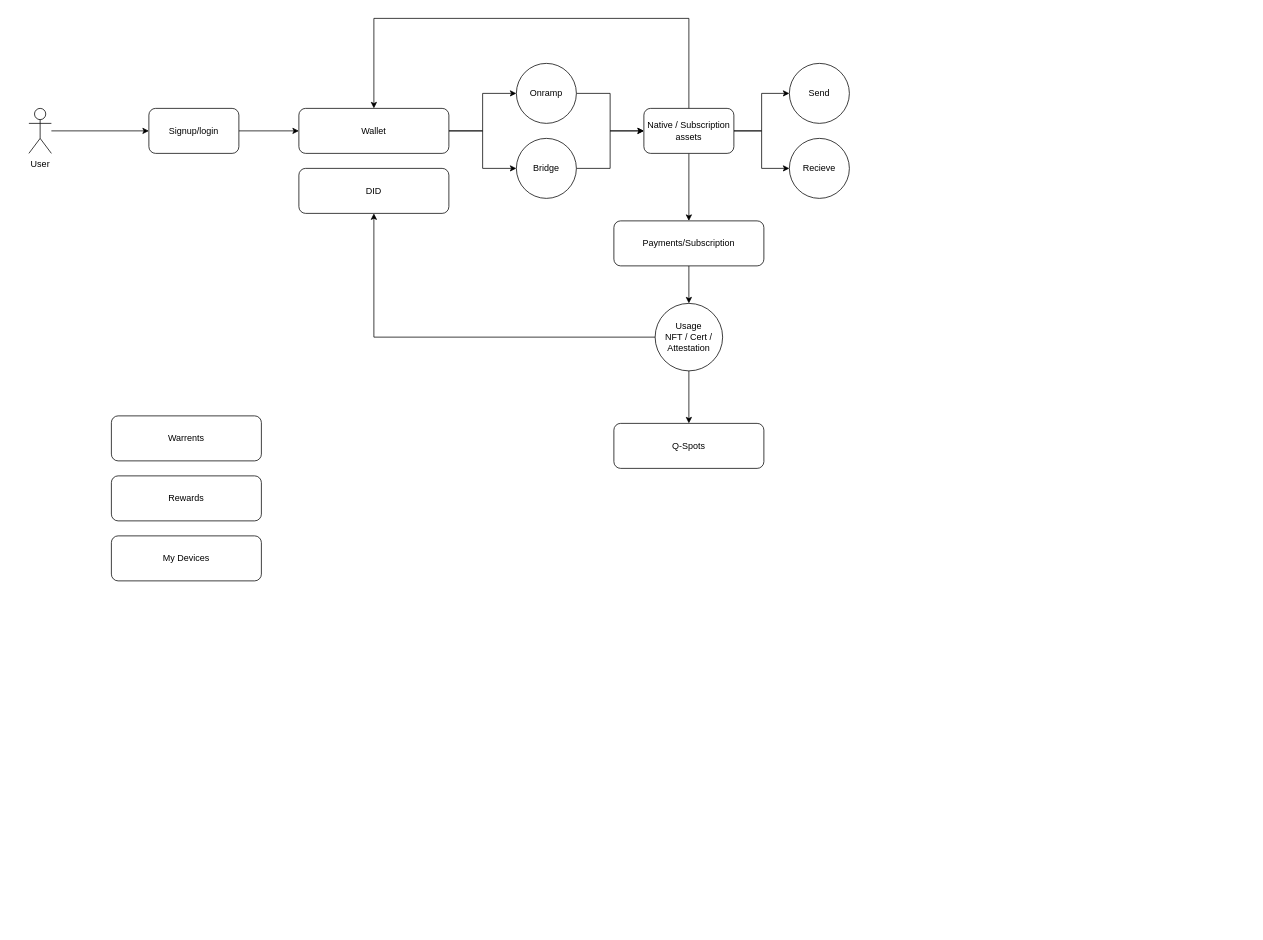
ali-05-ahmed/Concept-Diagrams keeps this draw.io diagram as Quantinium-user-journey.drawio. Above is the earlier version. Source tidied: cells renumbered, new cells numbered last; positions are measured from the earlier drawing's top-left corner, leaving out a move shared by most shapes. Both pictures are drawn from the tidied source at 75%, with x=0, y=0 at pixel (28, 18).
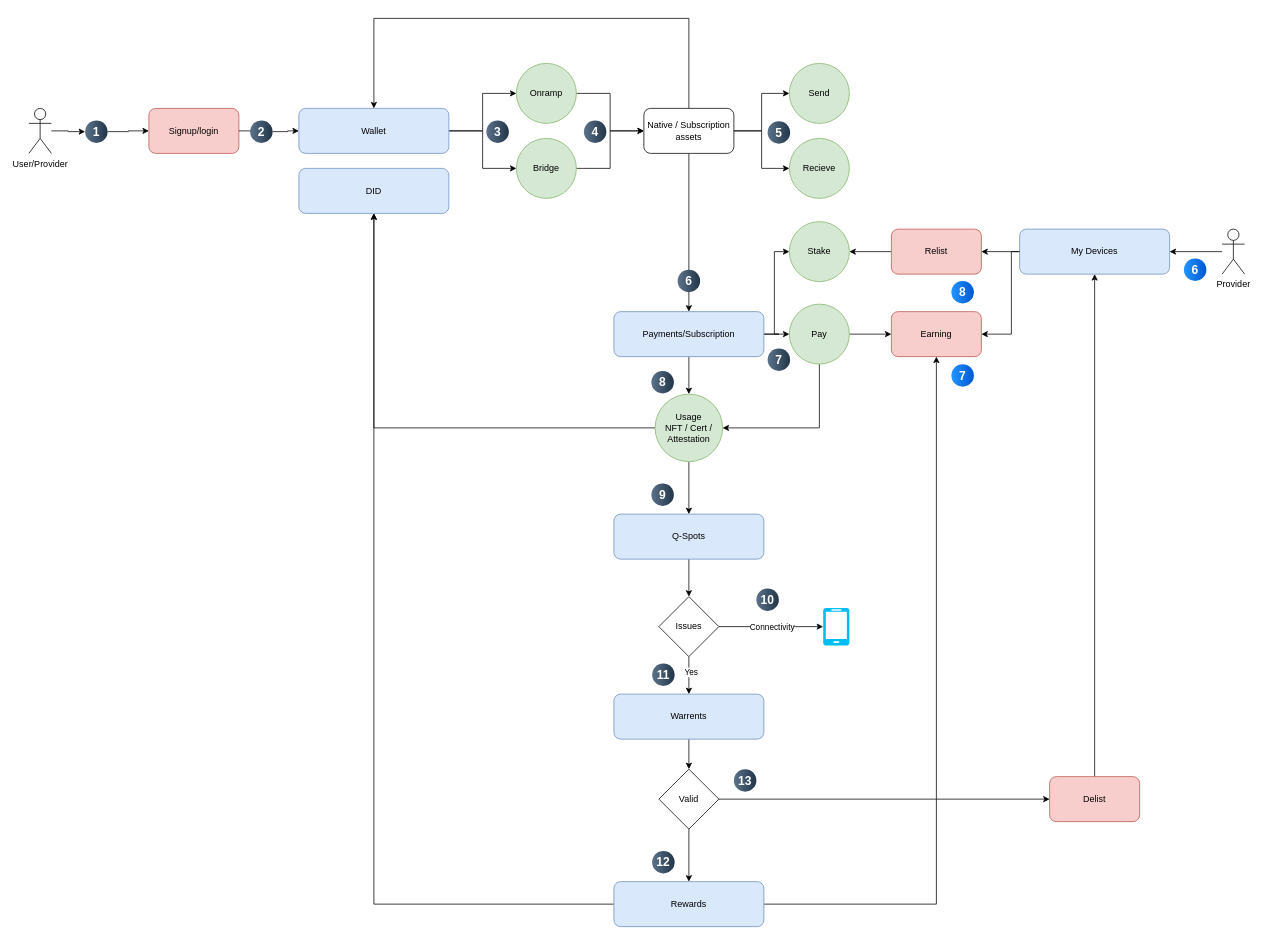
The same page after the edit.

Diff of the diagram source:
```diff
@@
-    <mxCell id="2" style="edgeStyle=orthogonalEdgeStyle;rounded=0;jettySize=auto;html=1;" parent="1" edge="1" source="3" target="5">
+    <mxCell id="2" style="edgeStyle=orthogonalEdgeStyle;rounded=0;jettySize=auto;html=1;" parent="1" edge="1" source="59" target="5">
       <mxGeometry relative="1" as="geometry" />
     </mxCell>
-    <mxCell id="3" value="User" style="shape=umlActor;verticalLabelPosition=bottom;verticalAlign=top;html=1;outlineConnect=0;" parent="1" vertex="1">
+    <mxCell id="3" value="User/Provider" style="shape=umlActor;verticalLabelPosition=bottom;verticalAlign=top;html=1;outlineConnect=0;" parent="1" vertex="1">
       <mxGeometry y="120" width="30" height="60" as="geometry" />
     </mxCell>
-    <mxCell id="4" style="edgeStyle=orthogonalEdgeStyle;rounded=0;jettySize=auto;html=1;" parent="1" edge="1" source="5" target="8">
+    <mxCell id="4" style="edgeStyle=orthogonalEdgeStyle;rounded=0;jettySize=auto;html=1;" parent="1" edge="1" source="61" target="8">
       <mxGeometry relative="1" as="geometry" />
     </mxCell>
-    <mxCell id="5" value="Signup/login" style="rounded=1;whiteSpace=wrap;html=1;" parent="1" vertex="1">
+    <mxCell id="5" value="Signup/login" style="rounded=1;whiteSpace=wrap;html=1;fillColor=#f8cecc;strokeColor=#b85450;" parent="1" vertex="1">
       <mxGeometry x="160" y="120" width="120" height="60" as="geometry" />
     </mxCell>
@@
-    <mxCell id="8" value="Wallet" style="rounded=1;whiteSpace=wrap;html=1;" parent="1" vertex="1">
+    <mxCell id="8" value="Wallet" style="rounded=1;whiteSpace=wrap;html=1;fillColor=#dae8fc;strokeColor=#6c8ebf;" parent="1" vertex="1">
       <mxGeometry x="360" y="120" width="200" height="60" as="geometry" />
     </mxCell>
@@
+    <mxCell id="30" style="edgeStyle=orthogonalEdgeStyle;rounded=0;jettySize=auto;html=1;" parent="1" edge="1" source="10" target="40">
+      <mxGeometry relative="1" as="geometry" />
+    </mxCell>
+    <mxCell id="31" style="edgeStyle=orthogonalEdgeStyle;rounded=0;jettySize=auto;html=1;entryX=0;entryY=0.5;entryDx=0;entryDy=0;" parent="1" edge="1" source="10" target="50">
+      <mxGeometry relative="1" as="geometry">
+        <Array as="points">
+          <mxPoint x="994" y="421" />
+          <mxPoint x="994" y="311" />
+        </Array>
+      </mxGeometry>
+    </mxCell>
-    <mxCell id="10" value="Payments/Subscription" style="rounded=1;whiteSpace=wrap;html=1;" parent="1" vertex="1">
-      <mxGeometry x="780" y="270" width="200" height="60" as="geometry" />
+    <mxCell id="10" value="Payments/Subscription" style="rounded=1;whiteSpace=wrap;html=1;fillColor=#dae8fc;strokeColor=#6c8ebf;" parent="1" vertex="1">
+      <mxGeometry x="780" y="391" width="200" height="60" as="geometry" />
     </mxCell>
+    <mxCell id="32" style="edgeStyle=orthogonalEdgeStyle;rounded=0;jettySize=auto;html=1;" parent="1" edge="1" source="11" target="49">
+      <mxGeometry relative="1" as="geometry" />
+    </mxCell>
-    <mxCell id="11" value="Warrents" style="rounded=1;whiteSpace=wrap;html=1;" parent="1" vertex="1">
-      <mxGeometry x="110" y="530" width="200" height="60" as="geometry" />
+    <mxCell id="11" value="Warrents" style="rounded=1;whiteSpace=wrap;html=1;fillColor=#dae8fc;strokeColor=#6c8ebf;" parent="1" vertex="1">
+      <mxGeometry x="780" y="901" width="200" height="60" as="geometry" />
     </mxCell>
+    <mxCell id="33" style="edgeStyle=orthogonalEdgeStyle;rounded=0;jettySize=auto;html=1;entryX=0.5;entryY=1;entryDx=0;entryDy=0;" parent="1" edge="1" source="12" target="29">
+      <mxGeometry relative="1" as="geometry" />
+    </mxCell>
+    <mxCell id="34" style="edgeStyle=orthogonalEdgeStyle;rounded=0;jettySize=auto;html=1;" parent="1" edge="1" source="12" target="57">
+      <mxGeometry relative="1" as="geometry" />
+    </mxCell>
-    <mxCell id="12" value="Rewards" style="rounded=1;whiteSpace=wrap;html=1;" parent="1" vertex="1">
-      <mxGeometry x="110" y="610" width="200" height="60" as="geometry" />
+    <mxCell id="12" value="Rewards" style="rounded=1;whiteSpace=wrap;html=1;fillColor=#dae8fc;strokeColor=#6c8ebf;" parent="1" vertex="1">
+      <mxGeometry x="780" y="1151" width="200" height="60" as="geometry" />
     </mxCell>
+    <mxCell id="35" style="edgeStyle=orthogonalEdgeStyle;rounded=0;jettySize=auto;html=1;entryX=1;entryY=0.5;entryDx=0;entryDy=0;" parent="1" edge="1" source="56" target="50">
+      <mxGeometry relative="1" as="geometry" />
+    </mxCell>
+    <mxCell id="36" style="edgeStyle=orthogonalEdgeStyle;rounded=0;jettySize=auto;html=1;entryX=1;entryY=0.5;entryDx=0;entryDy=0;" parent="1" edge="1" source="13" target="57">
+      <mxGeometry relative="1" as="geometry">
+        <Array as="points">
+          <mxPoint x="1310" y="311" />
+          <mxPoint x="1310" y="421" />
+        </Array>
+      </mxGeometry>
+    </mxCell>
-    <mxCell id="13" value="My Devices" style="rounded=1;whiteSpace=wrap;html=1;" parent="1" vertex="1">
-      <mxGeometry x="110" y="690" width="200" height="60" as="geometry" />
+    <mxCell id="13" value="My Devices" style="rounded=1;whiteSpace=wrap;html=1;fillColor=#dae8fc;strokeColor=#6c8ebf;" parent="1" vertex="1">
+      <mxGeometry x="1321" y="281" width="200" height="60" as="geometry" />
     </mxCell>
@@
-    <mxCell id="15" value="Onramp" style="ellipse;whiteSpace=wrap;html=1;" parent="1" vertex="1">
+    <mxCell id="15" value="Onramp" style="ellipse;whiteSpace=wrap;html=1;fillColor=#d5e8d4;strokeColor=#82b366;" parent="1" vertex="1">
       <mxGeometry x="650" y="60" width="80" height="80" as="geometry" />
     </mxCell>
@@
-    <mxCell id="17" value="Bridge" style="ellipse;whiteSpace=wrap;html=1;" parent="1" vertex="1">
+    <mxCell id="17" value="Bridge" style="ellipse;whiteSpace=wrap;html=1;fillColor=#d5e8d4;strokeColor=#82b366;" parent="1" vertex="1">
       <mxGeometry x="650" y="160" width="80" height="80" as="geometry" />
     </mxCell>
@@
-    <mxCell id="23" value="Send" style="ellipse;whiteSpace=wrap;html=1;" parent="1" vertex="1">
+    <mxCell id="23" value="Send" style="ellipse;whiteSpace=wrap;html=1;fillColor=#d5e8d4;strokeColor=#82b366;" parent="1" vertex="1">
       <mxGeometry x="1014" y="60" width="80" height="80" as="geometry" />
     </mxCell>
-    <mxCell id="24" value="Recieve" style="ellipse;whiteSpace=wrap;html=1;" parent="1" vertex="1">
+    <mxCell id="24" value="Recieve" style="ellipse;whiteSpace=wrap;html=1;fillColor=#d5e8d4;strokeColor=#82b366;" parent="1" vertex="1">
       <mxGeometry x="1014" y="160" width="80" height="80" as="geometry" />
     </mxCell>
+    <mxCell id="37" style="edgeStyle=orthogonalEdgeStyle;rounded=0;jettySize=auto;html=1;" parent="1" edge="1" source="25" target="45">
+      <mxGeometry relative="1" as="geometry" />
+    </mxCell>
-    <mxCell id="25" value="Q-Spots" style="rounded=1;whiteSpace=wrap;html=1;" parent="1" vertex="1">
-      <mxGeometry x="780" y="540" width="200" height="60" as="geometry" />
+    <mxCell id="25" value="Q-Spots" style="rounded=1;whiteSpace=wrap;html=1;fillColor=#dae8fc;strokeColor=#6c8ebf;" parent="1" vertex="1">
+      <mxGeometry x="780" y="661" width="200" height="60" as="geometry" />
     </mxCell>
@@
-    <mxCell id="28" value="Usage&lt;br&gt;NFT / Cert / Attestation" style="ellipse;whiteSpace=wrap;html=1;" parent="1" vertex="1">
-      <mxGeometry x="835" y="380" width="90" height="90" as="geometry" />
+    <mxCell id="28" value="Usage&lt;br&gt;NFT / Cert / Attestation" style="ellipse;whiteSpace=wrap;html=1;fillColor=#d5e8d4;strokeColor=#82b366;" parent="1" vertex="1">
+      <mxGeometry x="835" y="501" width="90" height="90" as="geometry" />
     </mxCell>
-    <mxCell id="29" value="DID" style="rounded=1;whiteSpace=wrap;html=1;" parent="1" vertex="1">
+    <mxCell id="29" value="DID" style="rounded=1;whiteSpace=wrap;html=1;fillColor=#dae8fc;strokeColor=#6c8ebf;" parent="1" vertex="1">
       <mxGeometry x="360" y="200" width="200" height="60" as="geometry" />
     </mxCell>
+    <mxCell id="38" style="edgeStyle=orthogonalEdgeStyle;rounded=0;jettySize=auto;html=1;entryX=1;entryY=0.5;entryDx=0;entryDy=0;" parent="1" edge="1" source="40" target="28">
+      <mxGeometry relative="1" as="geometry">
+        <Array as="points">
+          <mxPoint x="1054" y="546" />
+        </Array>
+      </mxGeometry>
+    </mxCell>
+    <mxCell id="39" style="edgeStyle=orthogonalEdgeStyle;rounded=0;jettySize=auto;html=1;" parent="1" edge="1" source="40" target="57">
+      <mxGeometry relative="1" as="geometry" />
+    </mxCell>
+    <mxCell id="40" value="Pay" style="ellipse;whiteSpace=wrap;html=1;fillColor=#d5e8d4;strokeColor=#82b366;" parent="1" vertex="1">
+      <mxGeometry x="1014" y="381" width="80" height="80" as="geometry" />
+    </mxCell>
+    <mxCell id="41" style="edgeStyle=orthogonalEdgeStyle;rounded=0;jettySize=auto;html=1;" parent="1" edge="1" source="45" target="11">
+      <mxGeometry relative="1" as="geometry" />
+    </mxCell>
+    <mxCell id="42" value="Yes" style="edgeLabel;html=1;align=center;verticalAlign=middle;" parent="41" vertex="1">
+      <mxGeometry x="-0.2" y="2" relative="1" as="geometry" />
+    </mxCell>
+    <mxCell id="43" style="edgeStyle=orthogonalEdgeStyle;rounded=0;jettySize=auto;html=1;" parent="1" edge="1" source="45" target="46">
+      <mxGeometry relative="1" as="geometry" />
+    </mxCell>
+    <mxCell id="44" value="Connectivity" style="edgeLabel;html=1;align=center;verticalAlign=middle;" parent="43" vertex="1">
+      <mxGeometry x="-0.6" y="-1" relative="1" as="geometry">
+        <mxPoint x="42" y="-1" as="offset" />
+      </mxGeometry>
+    </mxCell>
+    <mxCell id="45" value="Issues" style="rhombus;whiteSpace=wrap;html=1;" parent="1" vertex="1">
+      <mxGeometry x="840" y="771" width="80" height="80" as="geometry" />
+    </mxCell>
+    <mxCell id="46" style="verticalLabelPosition=bottom;html=1;verticalAlign=top;align=center;strokeColor=none;fillColor=#00BEF2;shape=mxgraph.azure.mobile;" parent="1" vertex="1">
+      <mxGeometry x="1059" y="786" width="35" height="50" as="geometry" />
+    </mxCell>
+    <mxCell id="47" style="edgeStyle=orthogonalEdgeStyle;rounded=0;jettySize=auto;html=1;" parent="1" edge="1" source="49" target="12">
+      <mxGeometry relative="1" as="geometry" />
+    </mxCell>
+    <mxCell id="48" style="edgeStyle=orthogonalEdgeStyle;rounded=0;jettySize=auto;html=1;" parent="1" edge="1" source="49" target="54">
+      <mxGeometry relative="1" as="geometry" />
+    </mxCell>
+    <mxCell id="49" value="Valid" style="rhombus;whiteSpace=wrap;html=1;" parent="1" vertex="1">
+      <mxGeometry x="840" y="1001" width="80" height="80" as="geometry" />
+    </mxCell>
+    <mxCell id="50" value="Stake" style="ellipse;whiteSpace=wrap;html=1;fillColor=#d5e8d4;strokeColor=#82b366;" parent="1" vertex="1">
+      <mxGeometry x="1014" y="271" width="80" height="80" as="geometry" />
+    </mxCell>
+    <mxCell id="51" style="edgeStyle=orthogonalEdgeStyle;rounded=0;jettySize=auto;html=1;" parent="1" edge="1" source="52" target="13">
+      <mxGeometry relative="1" as="geometry" />
+    </mxCell>
+    <mxCell id="52" value="Provider" style="shape=umlActor;verticalLabelPosition=bottom;verticalAlign=top;html=1;outlineConnect=0;" parent="1" vertex="1">
+      <mxGeometry x="1591" y="281" width="30" height="60" as="geometry" />
+    </mxCell>
+    <mxCell id="53" style="edgeStyle=orthogonalEdgeStyle;rounded=0;jettySize=auto;html=1;" parent="1" edge="1" source="54" target="13">
+      <mxGeometry relative="1" as="geometry" />
+    </mxCell>
+    <mxCell id="54" value="Delist" style="rounded=1;whiteSpace=wrap;html=1;fillColor=#f8cecc;strokeColor=#b85450;" parent="1" vertex="1">
+      <mxGeometry x="1361" y="1011" width="120" height="60" as="geometry" />
+    </mxCell>
+    <mxCell id="55" style="edgeStyle=orthogonalEdgeStyle;rounded=0;jettySize=auto;html=1;entryX=1;entryY=0.5;entryDx=0;entryDy=0;" parent="1" edge="1" source="13" target="56">
+      <mxGeometry relative="1" as="geometry" />
+    </mxCell>
+    <mxCell id="56" value="Relist" style="rounded=1;whiteSpace=wrap;html=1;fillColor=#f8cecc;strokeColor=#b85450;" parent="1" vertex="1">
+      <mxGeometry x="1150" y="281" width="120" height="60" as="geometry" />
+    </mxCell>
+    <mxCell id="57" value="Earning" style="rounded=1;whiteSpace=wrap;html=1;fillColor=#f8cecc;strokeColor=#b85450;" parent="1" vertex="1">
+      <mxGeometry x="1150" y="391" width="120" height="60" as="geometry" />
+    </mxCell>
+    <mxCell id="58" style="edgeStyle=orthogonalEdgeStyle;rounded=0;jettySize=auto;html=1;" parent="1" edge="1" source="3" target="59">
+      <mxGeometry relative="1" as="geometry" />
+    </mxCell>
+    <mxCell id="59" value="1" style="ellipse;whiteSpace=wrap;html=1;rotation=0;gradientColor=#223548;strokeColor=none;gradientDirection=east;fillColor=#5b738b;rounded=0;fontFamily=Helvetica;fontSize=16;fontColor=#FFFFFF;spacingTop=4;spacingBottom=4;spacingLeft=4;spacingRight=4;points=[];fontStyle=1;" parent="1" vertex="1">
+      <mxGeometry x="75" y="136" width="30" height="30" as="geometry" />
+    </mxCell>
+    <mxCell id="60" style="edgeStyle=orthogonalEdgeStyle;rounded=0;jettySize=auto;html=1;" parent="1" edge="1" source="5" target="61">
+      <mxGeometry relative="1" as="geometry" />
+    </mxCell>
+    <mxCell id="61" value="2" style="ellipse;whiteSpace=wrap;html=1;rotation=0;gradientColor=#223548;strokeColor=none;gradientDirection=east;fillColor=#5b738b;rounded=0;fontFamily=Helvetica;fontSize=16;fontColor=#FFFFFF;spacingTop=4;spacingBottom=4;spacingLeft=4;spacingRight=4;points=[];fontStyle=1;" parent="1" vertex="1">
+      <mxGeometry x="295" y="136" width="30" height="30" as="geometry" />
+    </mxCell>
+    <mxCell id="62" value="3" style="ellipse;whiteSpace=wrap;html=1;rotation=0;gradientColor=#223548;strokeColor=none;gradientDirection=east;fillColor=#5b738b;rounded=0;fontFamily=Helvetica;fontSize=16;fontColor=#FFFFFF;spacingTop=4;spacingBottom=4;spacingLeft=4;spacingRight=4;fontStyle=1;" parent="1" vertex="1">
+      <mxGeometry x="610" y="136" width="30" height="30" as="geometry" />
+    </mxCell>
+    <mxCell id="63" value="4" style="ellipse;whiteSpace=wrap;html=1;rotation=0;gradientColor=#223548;strokeColor=none;gradientDirection=east;fillColor=#5b738b;rounded=0;fontFamily=Helvetica;fontSize=16;fontColor=#FFFFFF;spacingTop=4;spacingBottom=4;spacingLeft=4;spacingRight=4;fontStyle=1;" parent="1" vertex="1">
+      <mxGeometry x="740" y="136" width="30" height="30" as="geometry" />
+    </mxCell>
+    <mxCell id="64" value="5" style="ellipse;whiteSpace=wrap;html=1;rotation=0;gradientColor=#223548;strokeColor=none;gradientDirection=east;fillColor=#5b738b;rounded=0;fontFamily=Helvetica;fontSize=16;fontColor=#FFFFFF;spacingTop=4;spacingBottom=4;spacingLeft=4;spacingRight=4;fontStyle=1;" parent="1" vertex="1">
+      <mxGeometry x="985" y="137" width="30" height="30" as="geometry" />
+    </mxCell>
+    <mxCell id="65" value="6" style="ellipse;whiteSpace=wrap;html=1;rotation=0;gradientColor=#223548;strokeColor=none;gradientDirection=east;fillColor=#5b738b;rounded=0;fontFamily=Helvetica;fontSize=16;fontColor=#FFFFFF;spacingTop=4;spacingBottom=4;spacingLeft=4;spacingRight=4;fontStyle=1;" parent="1" vertex="1">
+      <mxGeometry x="865" y="335" width="30" height="30" as="geometry" />
+    </mxCell>
+    <mxCell id="66" value="7" style="ellipse;whiteSpace=wrap;html=1;rotation=0;gradientColor=#223548;strokeColor=none;gradientDirection=east;fillColor=#5b738b;rounded=0;fontFamily=Helvetica;fontSize=16;fontColor=#FFFFFF;spacingTop=4;spacingBottom=4;spacingLeft=4;spacingRight=4;fontStyle=1;" parent="1" vertex="1">
+      <mxGeometry x="985" y="440" width="30" height="30" as="geometry" />
+    </mxCell>
+    <mxCell id="67" value="8" style="ellipse;whiteSpace=wrap;html=1;rotation=0;gradientColor=#223548;strokeColor=none;gradientDirection=east;fillColor=#5b738b;rounded=0;fontFamily=Helvetica;fontSize=16;fontColor=#FFFFFF;spacingTop=4;spacingBottom=4;spacingLeft=4;spacingRight=4;fontStyle=1;" parent="1" vertex="1">
+      <mxGeometry x="830" y="470" width="30" height="30" as="geometry" />
+    </mxCell>
+    <mxCell id="68" value="9" style="ellipse;whiteSpace=wrap;html=1;rotation=0;gradientColor=#223548;strokeColor=none;gradientDirection=east;fillColor=#5b738b;rounded=0;fontFamily=Helvetica;fontSize=16;fontColor=#FFFFFF;spacingTop=4;spacingBottom=4;spacingLeft=4;spacingRight=4;fontStyle=1;" parent="1" vertex="1">
+      <mxGeometry x="830" y="620" width="30" height="30" as="geometry" />
+    </mxCell>
+    <mxCell id="69" value="10" style="ellipse;whiteSpace=wrap;html=1;rotation=0;gradientColor=#223548;strokeColor=none;gradientDirection=east;fillColor=#5b738b;rounded=0;fontFamily=Helvetica;fontSize=16;fontColor=#FFFFFF;spacingTop=4;spacingBottom=4;spacingLeft=4;spacingRight=4;fontStyle=1;" parent="1" vertex="1">
+      <mxGeometry x="970" y="760" width="30" height="30" as="geometry" />
+    </mxCell>
+    <mxCell id="70" value="11" style="ellipse;whiteSpace=wrap;html=1;rotation=0;gradientColor=#223548;strokeColor=none;gradientDirection=east;fillColor=#5b738b;rounded=0;fontFamily=Helvetica;fontSize=16;fontColor=#FFFFFF;spacingTop=4;spacingBottom=4;spacingLeft=4;spacingRight=4;fontStyle=1;" parent="1" vertex="1">
+      <mxGeometry x="831" y="860" width="30" height="30" as="geometry" />
+    </mxCell>
+    <mxCell id="71" value="12" style="ellipse;whiteSpace=wrap;html=1;rotation=0;gradientColor=#223548;strokeColor=none;gradientDirection=east;fillColor=#5b738b;rounded=0;fontFamily=Helvetica;fontSize=16;fontColor=#FFFFFF;spacingTop=4;spacingBottom=4;spacingLeft=4;spacingRight=4;fontStyle=1;" parent="1" vertex="1">
+      <mxGeometry x="831" y="1110" width="30" height="30" as="geometry" />
+    </mxCell>
+    <mxCell id="72" value="13" style="ellipse;whiteSpace=wrap;html=1;rotation=0;gradientColor=#223548;strokeColor=none;gradientDirection=east;fillColor=#5b738b;rounded=0;fontFamily=Helvetica;fontSize=16;fontColor=#FFFFFF;spacingTop=4;spacingBottom=4;spacingLeft=4;spacingRight=4;fontStyle=1;" parent="1" vertex="1">
+      <mxGeometry x="940" y="1001" width="30" height="30" as="geometry" />
+    </mxCell>
+    <mxCell id="73" value="6" style="ellipse;whiteSpace=wrap;html=1;rotation=0;gradientColor=#0057D2;strokeColor=none;gradientDirection=east;fillColor=#2395FF;rounded=0;fontFamily=Helvetica;fontSize=16;fontColor=#FFFFFF;spacingTop=4;spacingBottom=4;spacingLeft=4;spacingRight=4;fontStyle=1;" parent="1" vertex="1">
+      <mxGeometry x="1540" y="320" width="30" height="30" as="geometry" />
+    </mxCell>
+    <mxCell id="74" value="7" style="ellipse;whiteSpace=wrap;html=1;rotation=0;gradientColor=#0057D2;strokeColor=none;gradientDirection=east;fillColor=#2395FF;rounded=0;fontFamily=Helvetica;fontSize=16;fontColor=#FFFFFF;spacingTop=4;spacingBottom=4;spacingLeft=4;spacingRight=4;fontStyle=1;" parent="1" vertex="1">
+      <mxGeometry x="1230" y="461" width="30" height="30" as="geometry" />
+    </mxCell>
+    <mxCell id="75" value="8" style="ellipse;whiteSpace=wrap;html=1;rotation=0;gradientColor=#0057D2;strokeColor=none;gradientDirection=east;fillColor=#2395FF;rounded=0;fontFamily=Helvetica;fontSize=16;fontColor=#FFFFFF;spacingTop=4;spacingBottom=4;spacingLeft=4;spacingRight=4;fontStyle=1;" parent="1" vertex="1">
+      <mxGeometry x="1230" y="350" width="30" height="30" as="geometry" />
+    </mxCell>
```
